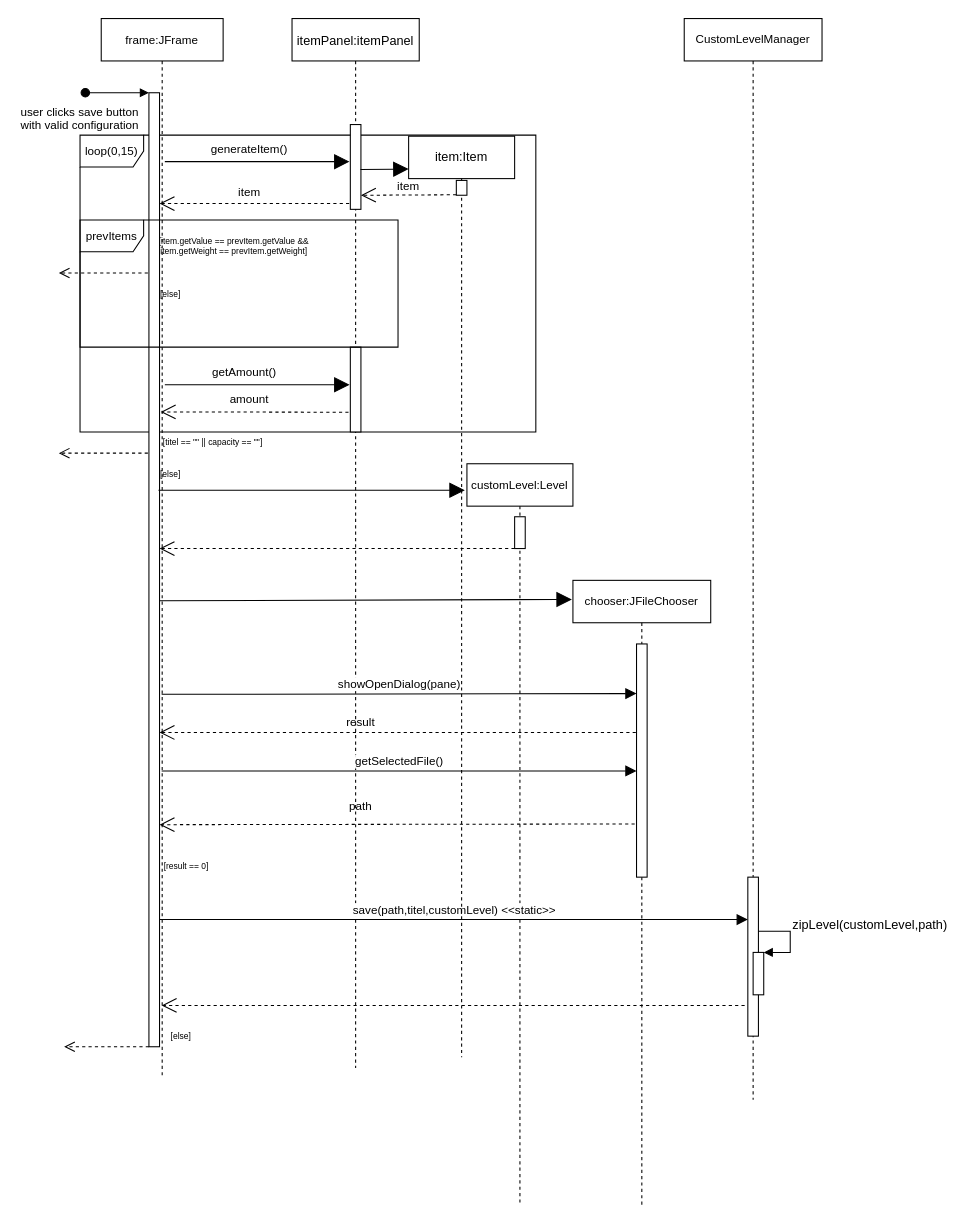
The draw.io diagram Squenzdiagramm.drawio in CaroReutin/Teamprojekt, before the edit. Source tidied: cells renumbered, new cells numbered last; positions are measured from the earlier drawing's top-left corner, leaving out a move shared by most shapes. Both pictures are drawn from the tidied source at 106%, with x=0, y=0 at pixel (58, 18).
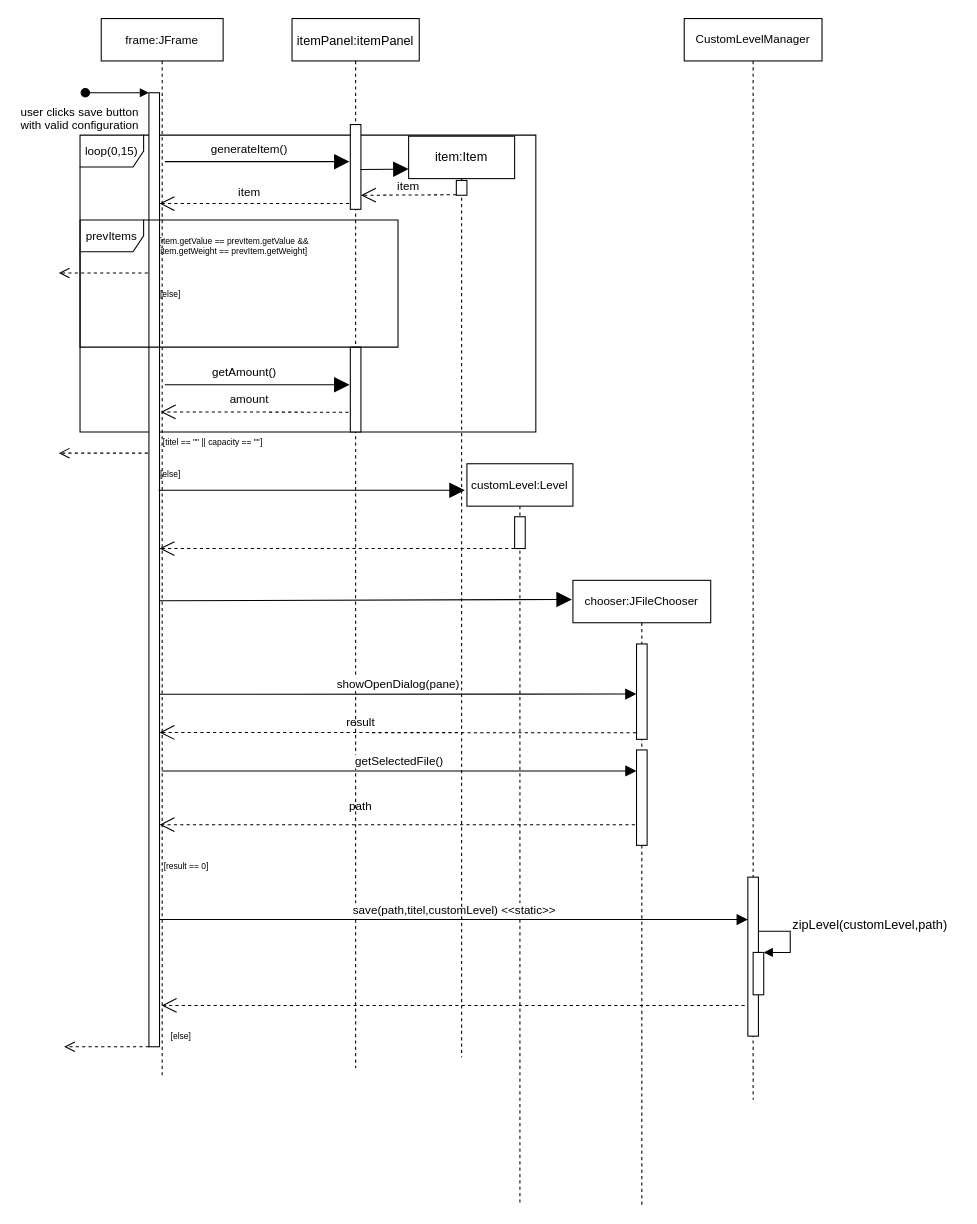
After the change.

Commit message:
separate jFileChooser in Sequenzdiagramm

Unchanged cells that the change refers to:
```xml
<mxCell id="3" value="frame:JFrame" style="shape=umlLifeline;perimeter=lifelinePerimeter;rounded=0;shadow=0;strokeWidth=1;fontSize=11;" parent="1" vertex="1">
  <mxGeometry x="40" width="115" height="1000" as="geometry" />
</mxCell>
<mxCell id="24" value="chooser:JFileChooser" style="shape=umlLifeline;perimeter=lifelinePerimeter;whiteSpace=wrap;html=1;outlineConnect=0;fontSize=11;fillColor=none;" parent="1" vertex="1">
  <mxGeometry x="485" y="530" width="130" height="590" as="geometry" />
</mxCell>
```

What changed in the source:
```diff
@@
-    <mxCell id="6" style="endArrow=open;endFill=0;endSize=12;html=1;rounded=0;fontSize=11;entryX=0.276;entryY=0.834;entryDx=0;entryDy=0;entryPerimeter=0;exitX=-0.173;exitY=0.772;exitDx=0;exitDy=0;exitPerimeter=0;dashed=1;" parent="3" edge="1" source="25">
+    <mxCell id="6" style="endArrow=open;endFill=0;endSize=12;html=1;rounded=0;fontSize=11;entryX=0.276;entryY=0.834;entryDx=0;entryDy=0;entryPerimeter=0;dashed=1;" parent="3" edge="1" source="24">
       <mxGeometry relative="1" as="geometry">
         <mxPoint x="55" y="760.5" as="targetPoint" />
       </mxGeometry>
     </mxCell>
@@
     <mxCell id="25" style="html=1;points=[];perimeter=orthogonalPerimeter;fontSize=11;fillColor=default;" parent="24" vertex="1">
-      <mxGeometry x="60" y="60" width="10" height="220" as="geometry" />
+      <mxGeometry x="60" y="60" width="10" height="90" as="geometry" />
     </mxCell>
@@
+    <mxCell id="52" style="html=1;perimeter=orthogonalPerimeter;fontSize=11;fillColor=default;" parent="24" vertex="1">
+      <mxGeometry x="60" y="160" width="10" height="90" as="geometry" />
+    </mxCell>
-    <mxCell id="27" value="showOpenDialog(pane)" style="html=1;verticalAlign=bottom;endArrow=block;endSize=8;rounded=0;fontSize=11;entryX=0;entryY=0.213;entryDx=0;entryDy=0;entryPerimeter=0;exitX=1.244;exitY=0.475;exitDx=0;exitDy=0;exitPerimeter=0;endFill=1;" parent="1" edge="1" target="25">
+    <mxCell id="27" value="showOpenDialog(pane)" style="html=1;verticalAlign=bottom;endArrow=block;endSize=8;rounded=0;fontSize=11;exitX=1.244;exitY=0.475;exitDx=0;exitDy=0;exitPerimeter=0;endFill=1;entryX=-0.006;entryY=0.525;entryDx=0;entryDy=0;entryPerimeter=0;" parent="1" edge="1" target="25">
       <mxGeometry relative="1" as="geometry">
-        <mxPoint x="97" y="637.5" as="sourcePoint" />
+        <mxPoint x="95" y="637.5" as="sourcePoint" />
       </mxGeometry>
     </mxCell>
@@
-    <mxCell id="29" style="endArrow=open;endFill=0;endSize=12;html=1;rounded=0;fontSize=11;entryX=1.078;entryY=0.515;entryDx=0;entryDy=0;entryPerimeter=0;exitX=-0.065;exitY=0.38;exitDx=0;exitDy=0;exitPerimeter=0;dashed=1;" parent="1" edge="1" source="25">
+    <mxCell id="29" style="endArrow=open;endFill=0;endSize=12;html=1;rounded=0;fontSize=11;entryX=1.078;entryY=0.515;entryDx=0;entryDy=0;entryPerimeter=0;dashed=1;exitX=-0.047;exitY=0.931;exitDx=0;exitDy=0;exitPerimeter=0;" parent="1" edge="1" source="25">
       <mxGeometry relative="1" as="geometry">
         <mxPoint x="95" y="673.5" as="targetPoint" />
       </mxGeometry>
     </mxCell>
```
